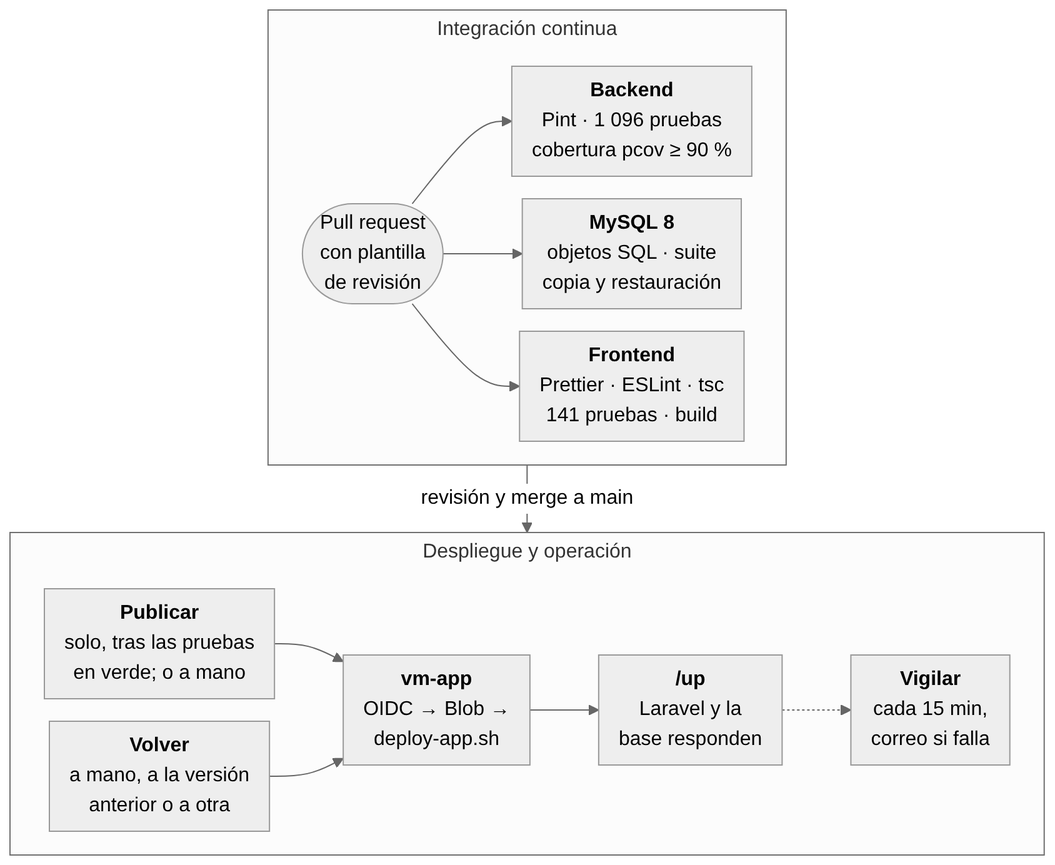
Earlier version of the Mermaid export docs/entregables/E4-gestion-y-calidad/diagramas/pipeline.png (francalizaya266-sudo/venga-implantes). Its source is kept beside it as docs/entregables/E4-gestion-y-calidad/diagramas/pipeline.mmd. Its diagram source:
```mermaid
%%{init: {"flowchart": {"nodeSpacing": 18, "rankSpacing": 30, "padding": 8, "subGraphTitleMargin": {"top": 4, "bottom": 22}, "wrappingWidth": 500}}}%%
flowchart TB
  subgraph ci["Integración continua"]
    direction LR
    dev(["Pull request<br/>con plantilla<br/>de revisión"])
    be["<b>Backend</b><br/>Pint · 1 096 pruebas<br/>cobertura pcov ≥ 90 %"]
    my["<b>MySQL 8</b><br/>objetos SQL · suite<br/>copia y restauración"]
    fe["<b>Frontend</b><br/>Prettier · ESLint · tsc<br/>141 pruebas · build"]
    dev --> be & my & fe
  end
  subgraph cdd["Despliegue y operación"]
    direction LR
    pub["<b>Publicar</b><br/>solo, tras las pruebas<br/>en verde; o a mano"]
    vol["<b>Volver</b><br/>a mano, a la versión<br/>anterior o a otra"]
    az["<b>vm-app</b><br/>OIDC → Blob →<br/>deploy-app.sh"]
    up["<b>/up</b><br/>Laravel y la<br/>base responden"]
    vig["<b>Vigilar</b><br/>cada 15 min,<br/>correo si falla"]
    pub --> az
    vol --> az
    az --> up -.-> vig
  end
  ci -->|"revisión y merge a main"| cdd
```
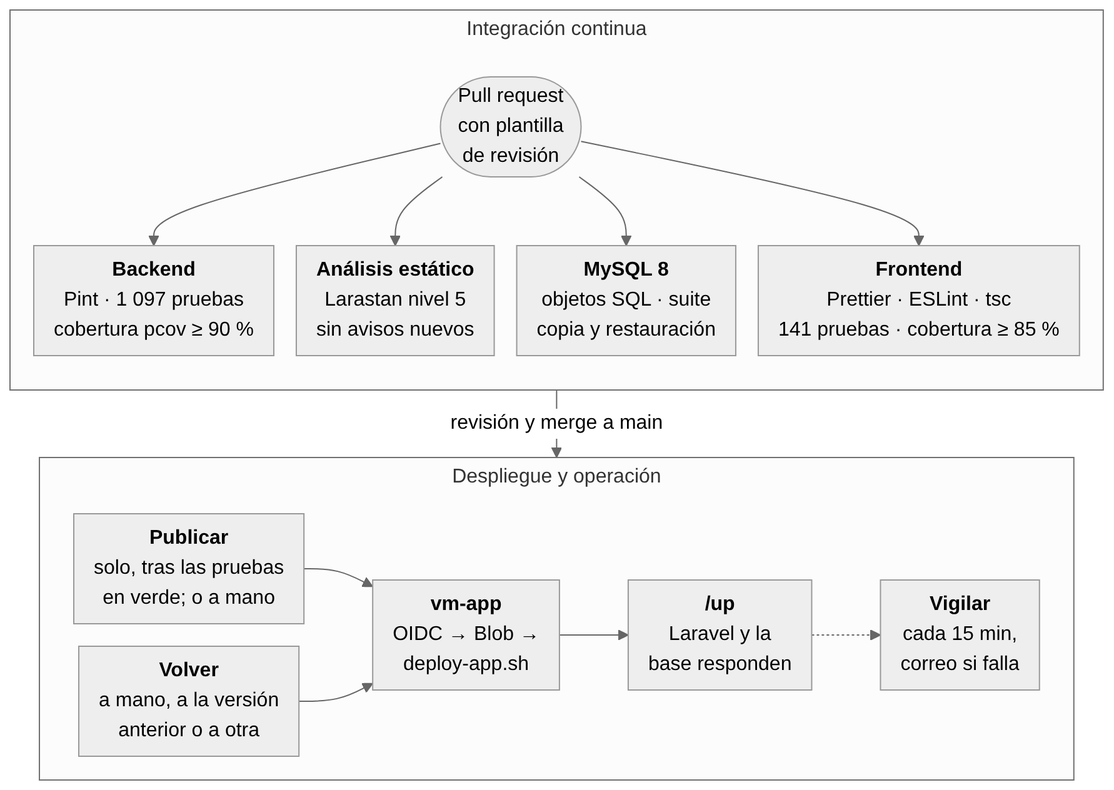
The same diagram one commit later.

Commit message:
CE0241/CE0244: E4 con Larastan y la cobertura de la web medidos

Change to the diagram source:
```diff
@@ -1,12 +1,13 @@
 %%{init: {"flowchart": {"nodeSpacing": 18, "rankSpacing": 30, "padding": 8, "subGraphTitleMargin": {"top": 4, "bottom": 22}, "wrappingWidth": 500}}}%%
 flowchart TB
   subgraph ci["Integración continua"]
-    direction LR
+    direction TB
     dev(["Pull request<br/>con plantilla<br/>de revisión"])
-    be["<b>Backend</b><br/>Pint · 1 096 pruebas<br/>cobertura pcov ≥ 90 %"]
+    be["<b>Backend</b><br/>Pint · 1 097 pruebas<br/>cobertura pcov ≥ 90 %"]
+    an["<b>Análisis estático</b><br/>Larastan nivel 5<br/>sin avisos nuevos"]
     my["<b>MySQL 8</b><br/>objetos SQL · suite<br/>copia y restauración"]
-    fe["<b>Frontend</b><br/>Prettier · ESLint · tsc<br/>141 pruebas · build"]
-    dev --> be & my & fe
+    fe["<b>Frontend</b><br/>Prettier · ESLint · tsc<br/>141 pruebas · cobertura ≥ 85 %"]
+    dev --> be & an & my & fe
   end
   subgraph cdd["Despliegue y operación"]
     direction LR
```
